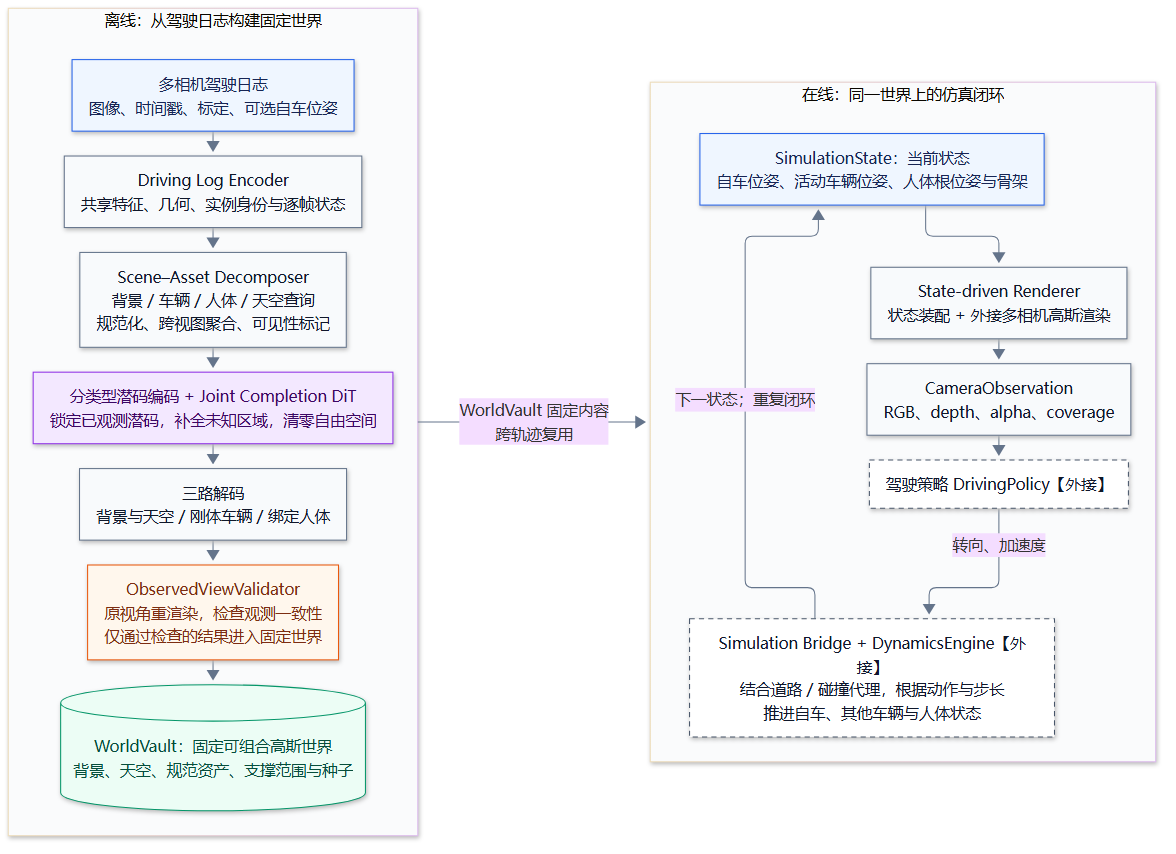
This is docs/diagrams/data-flow-simple.png from BryceWinston/drivecompose, a Mermaid export, as it was before one commit. Its source is kept beside it as docs/diagrams/data-flow-simple.mmd.
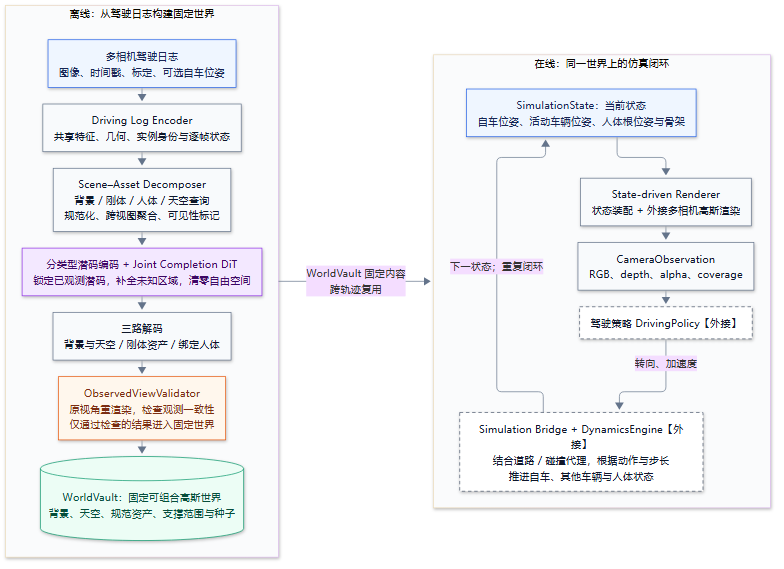
After the change.

The edit, as a diff of the source:
```diff
@@ -3,9 +3,9 @@
     direction TB
     LOG["多相机驾驶日志<br/>图像、时间戳、标定、可选自车位姿"]
     ENC["Driving Log Encoder<br/>共享特征、几何、实例身份与逐帧状态"]
-    DEC["Scene–Asset Decomposer<br/>背景 / 车辆 / 人体 / 天空查询<br/>规范化、跨视图聚合、可见性标记"]
+    DEC["Scene–Asset Decomposer<br/>背景 / 刚体 / 人体 / 天空查询<br/>规范化、跨视图聚合、可见性标记"]
     DIT["分类型潜码编码 + Joint Completion DiT<br/>锁定已观测潜码，补全未知区域，清零自由空间"]
-    HEADS["三路解码<br/>背景与天空 / 刚体车辆 / 绑定人体"]
+    HEADS["三路解码<br/>背景与天空 / 刚体资产 / 绑定人体"]
     CHECK["ObservedViewValidator<br/>原视角重渲染，检查观测一致性<br/>仅通过检查的结果进入固定世界"]
     WORLD[("WorldVault：固定可组合高斯世界<br/>背景、天空、规范资产、支撑范围与种子")]
     LOG --> ENC --> DEC --> DIT --> HEADS --> CHECK
```
